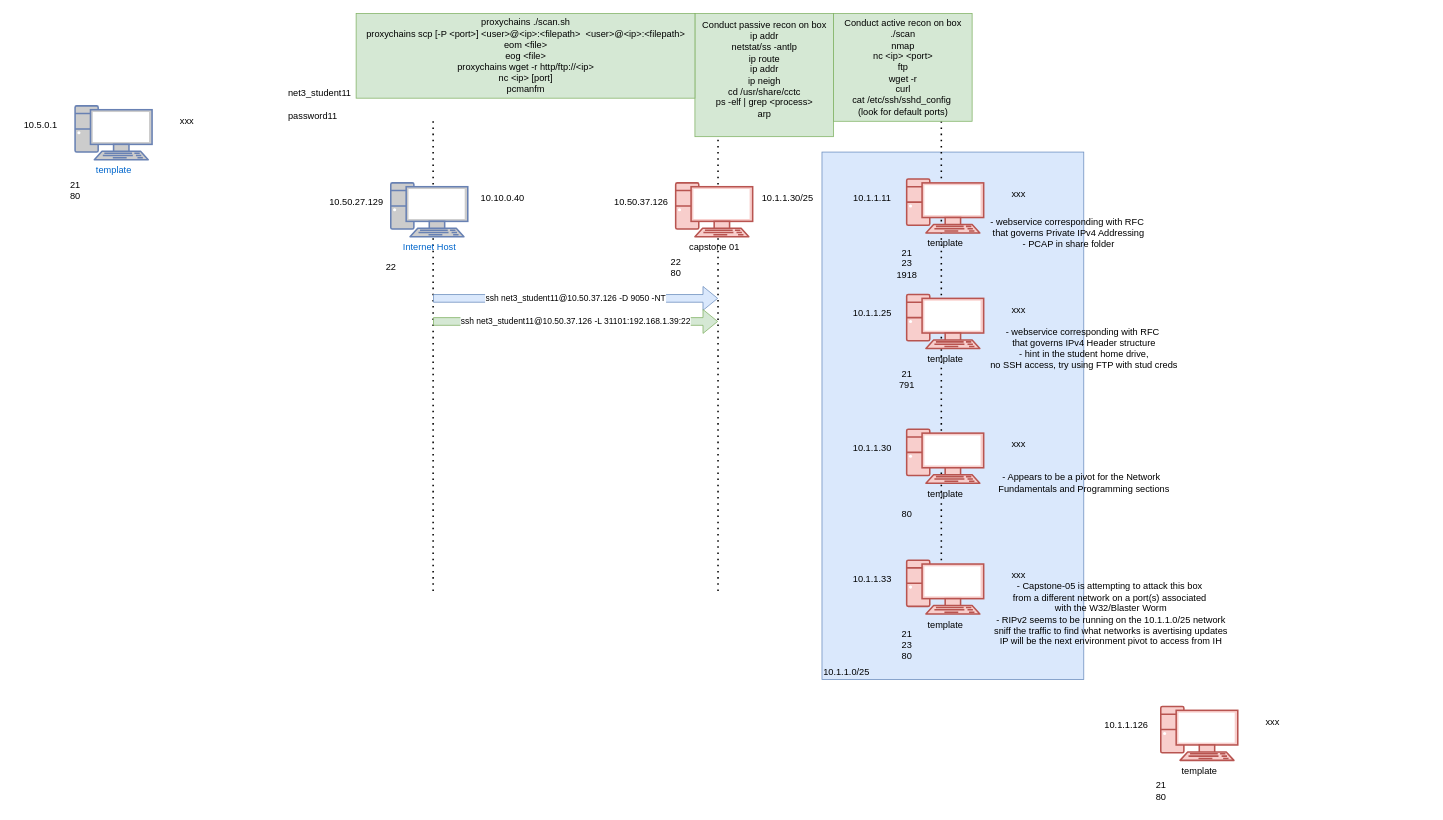
Earlier version of the draw.io diagram CCTC/NET/capstone.drawio (wifi96h/new). Source tidied: cells renumbered, new cells numbered last; positions are measured from the earlier drawing's top-left corner, leaving out a move shared by most shapes. Both pictures are drawn from the tidied source at 77%, with x=0, y=0 at pixel (13, 13).
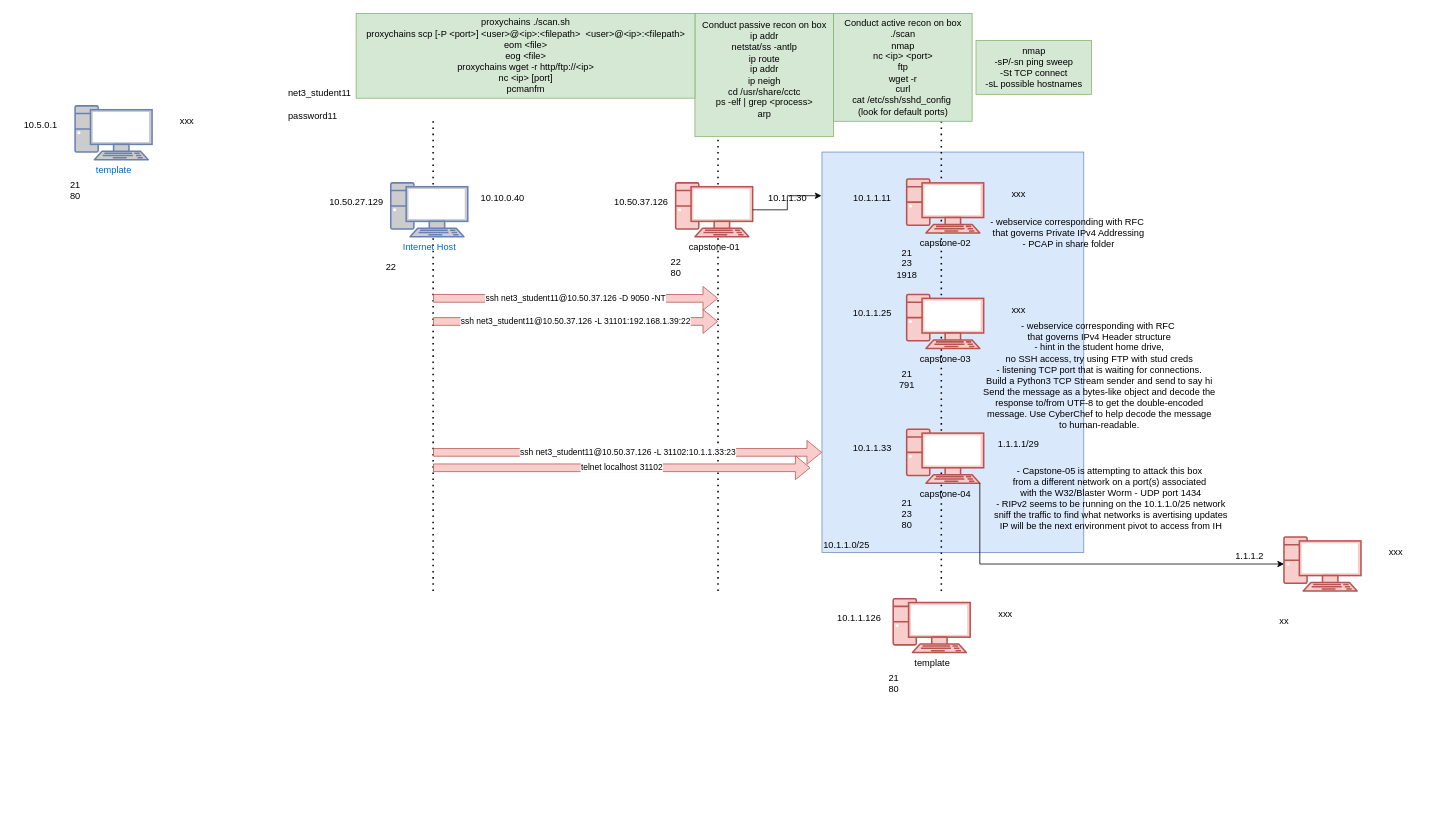
Above is the later version.

Unchanged cells that the change refers to:
```xml
<mxCell id="19" style="group;" parent="18" vertex="1">
  <mxGeometry y="20" width="225" height="130" as="geometry" />
</mxCell>
<mxCell id="45" style="group;" parent="44" vertex="1">
  <mxGeometry y="20" width="225" height="130" as="geometry" />
</mxCell>
<mxCell id="58" style="group;" parent="57" vertex="1">
  <mxGeometry y="20" width="225" height="140" as="geometry" />
</mxCell>
```

Diff of the diagram source:
```diff
@@
     <mxCell id="2" value="&lt;span style=&quot;text-wrap: nowrap;&quot;&gt;10.1.1.0/25&lt;/span&gt;" style="whiteSpace=wrap;html=1;fillColor=#dae8fc;strokeColor=#6c8ebf;align=left;verticalAlign=bottom;" parent="1" vertex="1">
-      <mxGeometry x="1050" y="180" width="340" height="685" as="geometry" />
+      <mxGeometry x="1050" y="180" width="340" height="520" as="geometry" />
     </mxCell>
@@
-    <mxCell id="20" value="capstone 01" style="verticalAlign=top;verticalLabelPosition=bottom;labelPosition=center;align=center;html=1;outlineConnect=0;fillColor=#f8cecc;strokeColor=#b85450;gradientDirection=north;strokeWidth=2;shape=mxgraph.networks.pc;" parent="19" vertex="1">
+    <mxCell id="20" value="capstone-01" style="verticalAlign=top;verticalLabelPosition=bottom;labelPosition=center;align=center;html=1;outlineConnect=0;fillColor=#f8cecc;strokeColor=#b85450;gradientDirection=north;strokeWidth=2;shape=mxgraph.networks.pc;" parent="19" vertex="1">
       <mxGeometry x="35" width="100" height="70" as="geometry" />
     </mxCell>
@@
-    <mxCell id="22" value="10.1.1.30/25" style="text;html=1;align=center;verticalAlign=middle;strokeColor=none;fillColor=none;" parent="19" vertex="1">
-      <mxGeometry x="135" y="5" width="90" height="30" as="geometry" />
+    <mxCell id="22" value="10.1.1.30" style="text;html=1;align=center;verticalAlign=middle;strokeColor=none;fillColor=none;" parent="19" vertex="1">
+      <mxGeometry x="145" y="5" width="70" height="30" as="geometry" />
     </mxCell>
@@
     <mxCell id="24" style="group;" parent="1" vertex="1">
-      <mxGeometry x="1455" y="880" width="225" height="150" as="geometry" />
+      <mxGeometry x="1107.5" y="740" width="225" height="150" as="geometry" />
     </mxCell>
@@
-    <mxCell id="34" value="ssh net3_student11@10.50.37.126 -D 9050 -NT" style="shape=flexArrow;endArrow=classic;html=1;rounded=0;fillColor=#dae8fc;strokeColor=#6c8ebf;" parent="1" edge="1">
+    <mxCell id="34" value="ssh net3_student11@10.50.37.126 -D 9050 -NT" style="shape=flexArrow;endArrow=classic;html=1;rounded=0;fillColor=#f8cecc;strokeColor=#b85450;" parent="1" edge="1">
       <mxGeometry relative="1" as="geometry">
         <mxPoint x="545" y="370" as="sourcePoint" />
         <mxPoint x="915" y="370" as="targetPoint" />
       </mxGeometry>
     </mxCell>
-    <mxCell id="35" style="group;" parent="1" vertex="1">
-      <mxGeometry x="1125" y="195" width="600" height="670" as="geometry" />
-    </mxCell>
-    <mxCell id="36" style="group;" parent="35" vertex="1">
-      <mxGeometry y="20" width="600" height="650" as="geometry" />
-    </mxCell>
+    <mxCell id="63" value="ssh net3_student11@10.50.37.126 -L 31101:192.168.1.39:22" style="shape=flexArrow;endArrow=classic;html=1;rounded=0;fillColor=#f8cecc;strokeColor=#b85450;" parent="1" edge="1">
+      <mxGeometry relative="1" as="geometry">
+        <mxPoint x="545" y="400" as="sourcePoint" />
+        <mxPoint x="915" y="400" as="targetPoint" />
+      </mxGeometry>
+    </mxCell>
+    <mxCell id="64" value="nmap&lt;div&gt;-sP/-sn ping sweep&lt;/div&gt;&lt;div&gt;-St TCP connect&lt;/div&gt;&lt;div&gt;-sL possible hostnames&lt;/div&gt;" style="text;html=1;align=center;verticalAlign=middle;strokeColor=#82b366;fillColor=#d5e8d4;" parent="1" vertex="1">
+      <mxGeometry x="1250" y="35" width="150" height="70" as="geometry" />
+    </mxCell>
+    <mxCell id="65" style="edgeStyle=orthogonalEdgeStyle;rounded=0;jettySize=auto;html=1;exitX=1;exitY=0.5;exitDx=0;exitDy=0;exitPerimeter=0;entryX=-0.002;entryY=0.109;entryDx=0;entryDy=0;entryPerimeter=0;" parent="1" edge="1" source="20" target="2">
+      <mxGeometry relative="1" as="geometry" />
+    </mxCell>
+    <mxCell id="66" style="group;" parent="1" vertex="1">
+      <mxGeometry x="1080" y="215" width="405" height="140" as="geometry" />
+    </mxCell>
+    <mxCell id="41" value="- webservice corresponding with RFC&amp;nbsp;&lt;div&gt;that governs Private IPv4 Addressing&lt;div&gt;- PCAP in share folder&lt;/div&gt;&lt;/div&gt;" style="text;html=1;align=center;verticalAlign=middle;strokeColor=none;fillColor=none;" parent="66" vertex="1">
+      <mxGeometry x="175" y="40" width="230" height="60" as="geometry" />
+    </mxCell>
-    <mxCell id="37" value="template" style="verticalAlign=top;verticalLabelPosition=bottom;labelPosition=center;align=center;html=1;fillColor=#f8cecc;strokeColor=#b85450;gradientDirection=north;strokeWidth=2;shape=mxgraph.networks.pc;" parent="36" vertex="1">
-      <mxGeometry x="35" width="100" height="70" as="geometry" />
+    <mxCell id="37" value="capstone-02" style="verticalAlign=top;verticalLabelPosition=bottom;labelPosition=center;align=center;html=1;fillColor=#f8cecc;strokeColor=#b85450;gradientDirection=north;strokeWidth=2;shape=mxgraph.networks.pc;" parent="66" vertex="1">
+      <mxGeometry x="80" width="100" height="70" as="geometry" />
     </mxCell>
-    <mxCell id="38" value="21&lt;div&gt;23&lt;/div&gt;&lt;div&gt;1918&lt;/div&gt;" style="text;html=1;align=center;verticalAlign=middle;strokeColor=none;fillColor=none;" parent="36" vertex="1">
-      <mxGeometry x="10" y="80" width="50" height="60" as="geometry" />
+    <mxCell id="38" value="21&lt;div&gt;23&lt;/div&gt;&lt;div&gt;1918&lt;/div&gt;" style="text;html=1;align=center;verticalAlign=middle;strokeColor=none;fillColor=none;" parent="66" vertex="1">
+      <mxGeometry x="55" y="80" width="50" height="60" as="geometry" />
     </mxCell>
-    <mxCell id="39" value="xxx" style="text;html=1;align=center;verticalAlign=middle;strokeColor=none;fillColor=none;" parent="36" vertex="1">
-      <mxGeometry x="160" y="5" width="40" height="30" as="geometry" />
+    <mxCell id="39" value="xxx" style="text;html=1;align=center;verticalAlign=middle;strokeColor=none;fillColor=none;" parent="66" vertex="1">
+      <mxGeometry x="205" y="5" width="40" height="30" as="geometry" />
     </mxCell>
-    <mxCell id="40" value="10.1.1.11" style="text;html=1;align=center;verticalAlign=middle;strokeColor=none;fillColor=none;" parent="36" vertex="1">
-      <mxGeometry x="-45" y="10" width="70" height="30" as="geometry" />
+    <mxCell id="40" value="10.1.1.11" style="text;html=1;align=center;verticalAlign=middle;strokeColor=none;fillColor=none;" parent="66" vertex="1">
+      <mxGeometry y="10" width="70" height="30" as="geometry" />
     </mxCell>
-    <mxCell id="41" value="- webservice corresponding with RFC&amp;nbsp;&lt;div&gt;that governs Private IPv4 Addressing&lt;div&gt;- PCAP in share folder&lt;/div&gt;&lt;/div&gt;" style="text;html=1;align=center;verticalAlign=middle;strokeColor=none;fillColor=none;" parent="36" vertex="1">
-      <mxGeometry x="130" y="40" width="230" height="60" as="geometry" />
-    </mxCell>
-    <mxCell id="42" value="- webservice corresponding with RFC&amp;nbsp;&lt;div&gt;that governs IPv4 Header structure&lt;div&gt;- hint in the student home drive,&lt;/div&gt;&lt;/div&gt;&lt;div&gt;no SSH access, try using FTP with stud creds&lt;/div&gt;" style="text;html=1;align=center;verticalAlign=middle;strokeColor=none;fillColor=none;" parent="36" vertex="1">
-      <mxGeometry x="130" y="185" width="270" height="70" as="geometry" />
-    </mxCell>
-    <mxCell id="43" value="- Capstone-05 is attempting to attack this box&amp;nbsp;&lt;div&gt;from a different network on a port(s) associated&amp;nbsp;&lt;/div&gt;&lt;div&gt;with&amp;nbsp;&lt;span style=&quot;background-color: initial;&quot;&gt;the W32/Blaster Worm&lt;/span&gt;&lt;/div&gt;&lt;div&gt;&lt;span style=&quot;background-color: initial;&quot;&gt;- RIPv2 seems to be running on the 10.1.1.0/25 network&lt;/span&gt;&lt;/div&gt;&lt;div&gt;&lt;span style=&quot;background-color: initial;&quot;&gt;sniff the traffic to find what networks is avertising updates&lt;/span&gt;&lt;/div&gt;&lt;div&gt;&lt;span style=&quot;background-color: initial;&quot;&gt;IP will be the next environment pivot to access from IH&lt;/span&gt;&lt;/div&gt;" style="text;html=1;align=center;verticalAlign=middle;strokeColor=none;fillColor=none;" parent="36" vertex="1">
-      <mxGeometry x="135" y="515" width="330" height="100" as="geometry" />
-    </mxCell>
+    <mxCell id="67" style="group;" parent="1" vertex="1">
+      <mxGeometry x="1125" y="345" width="450" height="205" as="geometry" />
+    </mxCell>
-    <mxCell id="44" style="group;" parent="1" vertex="1">
-      <mxGeometry x="1125" y="345" width="225" height="150" as="geometry" />
+    <mxCell id="44" style="group;" parent="67" vertex="1">
+      <mxGeometry width="225" height="150" as="geometry" />
     </mxCell>
@@
-    <mxCell id="46" value="template" style="verticalAlign=top;verticalLabelPosition=bottom;labelPosition=center;align=center;html=1;fillColor=#f8cecc;strokeColor=#b85450;gradientDirection=north;strokeWidth=2;shape=mxgraph.networks.pc;" parent="45" vertex="1">
+    <mxCell id="46" value="capstone-03" style="verticalAlign=top;verticalLabelPosition=bottom;labelPosition=center;align=center;html=1;fillColor=#f8cecc;strokeColor=#b85450;gradientDirection=north;strokeWidth=2;shape=mxgraph.networks.pc;" parent="45" vertex="1">
       <mxGeometry x="35" width="100" height="70" as="geometry" />
     </mxCell>
@@
-    <mxCell id="50" style="group;" parent="1" vertex="1">
-      <mxGeometry x="1125" y="520" width="390" height="150" as="geometry" />
-    </mxCell>
-    <mxCell id="51" style="group;" parent="50" vertex="1">
-      <mxGeometry y="20" width="390" height="130" as="geometry" />
-    </mxCell>
-    <mxCell id="52" value="template" style="verticalAlign=top;verticalLabelPosition=bottom;labelPosition=center;align=center;html=1;fillColor=#f8cecc;strokeColor=#b85450;gradientDirection=north;strokeWidth=2;shape=mxgraph.networks.pc;" parent="51" vertex="1">
-      <mxGeometry x="35" width="100" height="70" as="geometry" />
-    </mxCell>
-    <mxCell id="53" value="80" style="text;html=1;align=center;verticalAlign=middle;strokeColor=none;fillColor=none;" parent="51" vertex="1">
-      <mxGeometry x="15" y="95" width="40" height="30" as="geometry" />
-    </mxCell>
-    <mxCell id="54" value="xxx" style="text;html=1;align=center;verticalAlign=middle;strokeColor=none;fillColor=none;" parent="51" vertex="1">
-      <mxGeometry x="160" y="5" width="40" height="30" as="geometry" />
-    </mxCell>
-    <mxCell id="55" value="10.1.1.30" style="text;html=1;align=center;verticalAlign=middle;strokeColor=none;fillColor=none;" parent="51" vertex="1">
-      <mxGeometry x="-45" y="10" width="70" height="30" as="geometry" />
-    </mxCell>
-    <mxCell id="56" value="- Appears to be a pivot for the Network&amp;nbsp;&amp;nbsp;&lt;div&gt;Fundamentals and Programming sections&lt;/div&gt;" style="text;html=1;align=center;verticalAlign=middle;strokeColor=none;fillColor=none;" parent="51" vertex="1">
-      <mxGeometry x="140" y="50" width="250" height="40" as="geometry" />
-    </mxCell>
+    <mxCell id="42" value="- webservice corresponding with RFC&amp;nbsp;&lt;div&gt;that governs IPv4 Header structure&lt;div&gt;- hint in the student home drive,&lt;/div&gt;&lt;/div&gt;&lt;div&gt;no SSH access, try using FTP with stud creds&lt;/div&gt;&lt;div&gt;- listening TCP port that is waiting for connections.&lt;/div&gt;&lt;div&gt;Build a Python3 TCP Stream sender and send to say hi&lt;/div&gt;&lt;div&gt;Send the message as a bytes-like object and decode the&lt;/div&gt;&lt;div&gt;response to/from UTF-8 to get the double-encoded&lt;/div&gt;&lt;div&gt;message. Use CyberChef to help decode the message&lt;/div&gt;&lt;div&gt;to human-readable.&lt;/div&gt;" style="text;html=1;align=center;verticalAlign=middle;strokeColor=none;fillColor=none;" parent="67" vertex="1">
+      <mxGeometry x="120" y="45" width="330" height="160" as="geometry" />
+    </mxCell>
+    <mxCell id="68" style="group;" parent="1" vertex="1">
+      <mxGeometry x="1125" y="520" width="465" height="160" as="geometry" />
+    </mxCell>
-    <mxCell id="57" style="group;" parent="1" vertex="1">
-      <mxGeometry x="1125" y="690" width="225" height="160" as="geometry" />
+    <mxCell id="57" style="group;" parent="68" vertex="1">
+      <mxGeometry width="225" height="160" as="geometry" />
     </mxCell>
@@
-    <mxCell id="59" value="template" style="verticalAlign=top;verticalLabelPosition=bottom;labelPosition=center;align=center;html=1;outlineConnect=0;fillColor=#f8cecc;strokeColor=#b85450;gradientDirection=north;strokeWidth=2;shape=mxgraph.networks.pc;" parent="58" vertex="1">
+    <mxCell id="59" value="capstone-04" style="verticalAlign=top;verticalLabelPosition=bottom;labelPosition=center;align=center;html=1;outlineConnect=0;fillColor=#f8cecc;strokeColor=#b85450;gradientDirection=north;strokeWidth=2;shape=mxgraph.networks.pc;" parent="58" vertex="1">
       <mxGeometry x="35" width="100" height="70" as="geometry" />
     </mxCell>
@@
-    <mxCell id="61" value="xxx" style="text;html=1;align=center;verticalAlign=middle;strokeColor=none;fillColor=none;" parent="58" vertex="1">
-      <mxGeometry x="160" y="5" width="40" height="30" as="geometry" />
+    <mxCell id="61" value="1.1.1.1/29" style="text;html=1;align=center;verticalAlign=middle;strokeColor=none;fillColor=none;" parent="58" vertex="1">
+      <mxGeometry x="140" y="5" width="80" height="30" as="geometry" />
     </mxCell>
@@
-    <mxCell id="63" value="ssh net3_student11@10.50.37.126 -L 31101:192.168.1.39:22" style="shape=flexArrow;endArrow=classic;html=1;rounded=0;fillColor=#d5e8d4;strokeColor=#82b366;" parent="1" edge="1">
-      <mxGeometry relative="1" as="geometry">
-        <mxPoint x="545" y="400" as="sourcePoint" />
-        <mxPoint x="915" y="400" as="targetPoint" />
-      </mxGeometry>
-    </mxCell>
+    <mxCell id="43" value="- Capstone-05 is attempting to attack this box&amp;nbsp;&lt;div&gt;from a different network on a port(s) associated&amp;nbsp;&lt;/div&gt;&lt;div&gt;with&amp;nbsp;&lt;span style=&quot;background-color: initial;&quot;&gt;the W32/Blaster Worm -&amp;nbsp;&lt;/span&gt;&lt;span style=&quot;background-color: initial;&quot;&gt;UDP port 1434&lt;/span&gt;&lt;/div&gt;&lt;div&gt;&lt;span style=&quot;background-color: initial;&quot;&gt;- RIPv2 seems to be running on the 10.1.1.0/25 network&lt;/span&gt;&lt;/div&gt;&lt;div&gt;&lt;span style=&quot;background-color: initial;&quot;&gt;sniff the traffic to find what networks is avertising updates&lt;/span&gt;&lt;/div&gt;&lt;div&gt;&lt;span style=&quot;background-color: initial;&quot;&gt;IP will be the next environment pivot to access from IH&lt;/span&gt;&lt;/div&gt;" style="text;html=1;align=center;verticalAlign=middle;strokeColor=none;fillColor=none;" parent="68" vertex="1">
+      <mxGeometry x="135" y="60" width="330" height="100" as="geometry" />
+    </mxCell>
+    <mxCell id="69" value="ssh net3_student11@10.50.37.126 -L 31102:10.1.1.33:23" style="shape=flexArrow;endArrow=classic;html=1;rounded=0;fillColor=#f8cecc;strokeColor=#b85450;entryX=0;entryY=0.75;entryDx=0;entryDy=0;" parent="1" edge="1" target="2">
+      <mxGeometry relative="1" as="geometry">
+        <mxPoint x="545" y="570" as="sourcePoint" />
+      </mxGeometry>
+    </mxCell>
+    <mxCell id="70" value="telnet localhost 31102" style="shape=flexArrow;endArrow=classic;html=1;rounded=0;fillColor=#f8cecc;strokeColor=#b85450;" parent="1" edge="1">
+      <mxGeometry relative="1" as="geometry">
+        <mxPoint x="545" y="590" as="sourcePoint" />
+        <mxPoint x="1035" y="590" as="targetPoint" />
+      </mxGeometry>
+    </mxCell>
+    <mxCell id="71" style="group;" parent="1" vertex="1">
+      <mxGeometry x="1615" y="660" width="225" height="150" as="geometry" />
+    </mxCell>
+    <mxCell id="72" style="group;" parent="71" vertex="1">
+      <mxGeometry y="20" width="225" height="130" as="geometry" />
+    </mxCell>
+    <mxCell id="73" style="verticalAlign=top;verticalLabelPosition=bottom;labelPosition=center;align=center;html=1;outlineConnect=0;fillColor=#f8cecc;strokeColor=#b85450;gradientDirection=north;strokeWidth=2;shape=mxgraph.networks.pc;" parent="72" vertex="1">
+      <mxGeometry x="35" width="100" height="70" as="geometry" />
+    </mxCell>
+    <mxCell id="74" value="xx" style="text;html=1;align=center;verticalAlign=middle;strokeColor=none;fillColor=none;" parent="72" vertex="1">
+      <mxGeometry x="15" y="95" width="40" height="30" as="geometry" />
+    </mxCell>
+    <mxCell id="54" value="xxx" style="text;html=1;align=center;verticalAlign=middle;strokeColor=none;fillColor=none;" parent="72" vertex="1">
+      <mxGeometry x="160" y="5" width="40" height="30" as="geometry" />
+    </mxCell>
+    <mxCell id="75" value="1.1.1.2" style="text;html=1;align=center;verticalAlign=middle;strokeColor=none;fillColor=none;" parent="72" vertex="1">
+      <mxGeometry x="-40" y="10" width="60" height="30" as="geometry" />
+    </mxCell>
+    <mxCell id="76" style="edgeStyle=orthogonalEdgeStyle;rounded=0;jettySize=auto;html=1;exitX=0.95;exitY=1;exitDx=0;exitDy=0;exitPerimeter=0;entryX=0;entryY=0.5;entryDx=0;entryDy=0;entryPerimeter=0;" parent="1" edge="1" source="59" target="73">
+      <mxGeometry relative="1" as="geometry" />
+    </mxCell>
```
